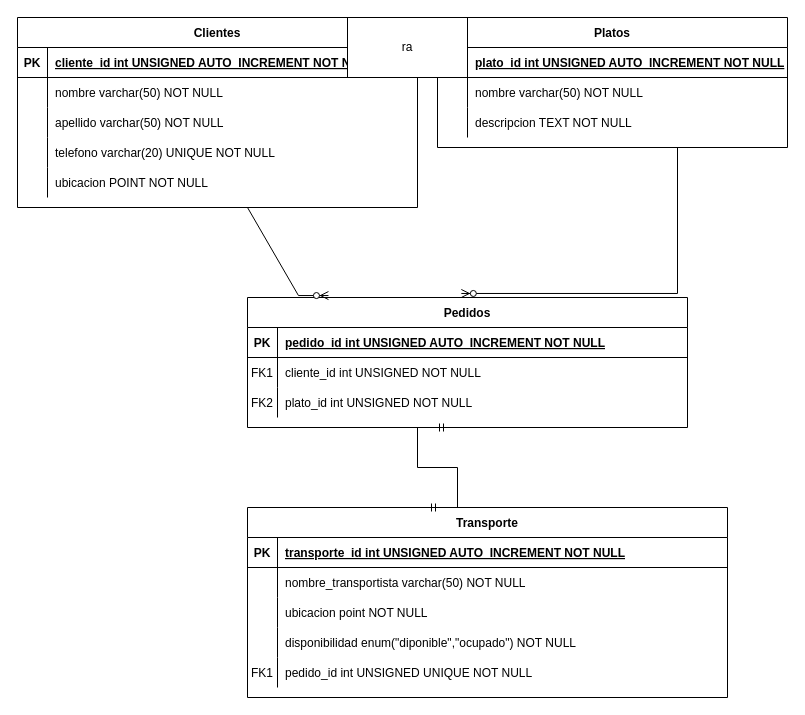
Earlier version of the draw.io diagram fisico_pedidos.drawio (Marcelo-Osorio/Diagrams). Source tidied: cells renumbered, new cells numbered last; positions are measured from the earlier drawing's top-left corner, leaving out a move shared by most shapes. Both pictures are drawn from the tidied source at 100%, with x=0, y=0 at pixel (17, 17).
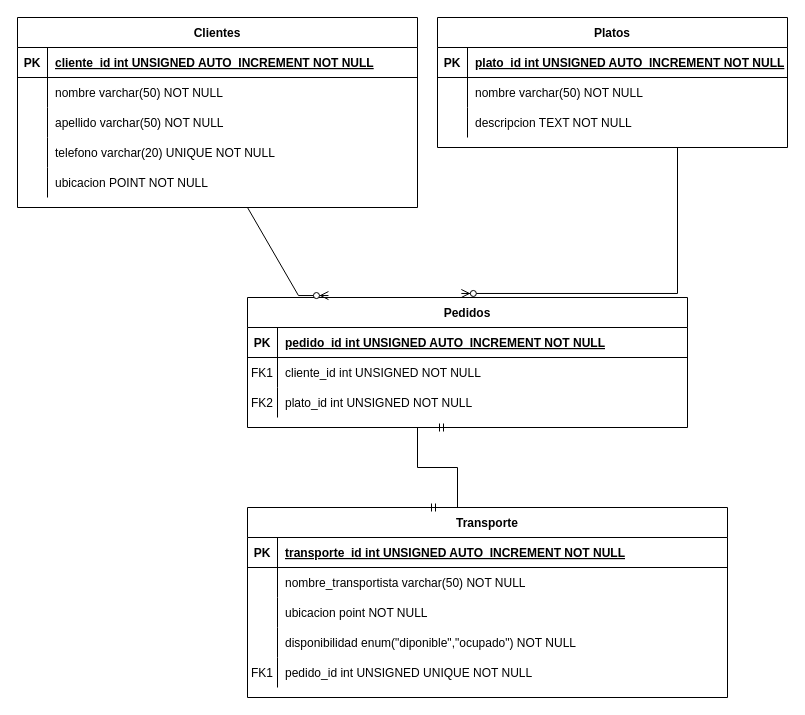
The same page after the edit.

Change to the diagram source:
```diff
@@
-    <mxCell id="57" value="ra" style="whiteSpace=wrap;html=1;" parent="1" vertex="1">
-      <mxGeometry x="330" width="120" height="60" as="geometry" />
-    </mxCell>
```
